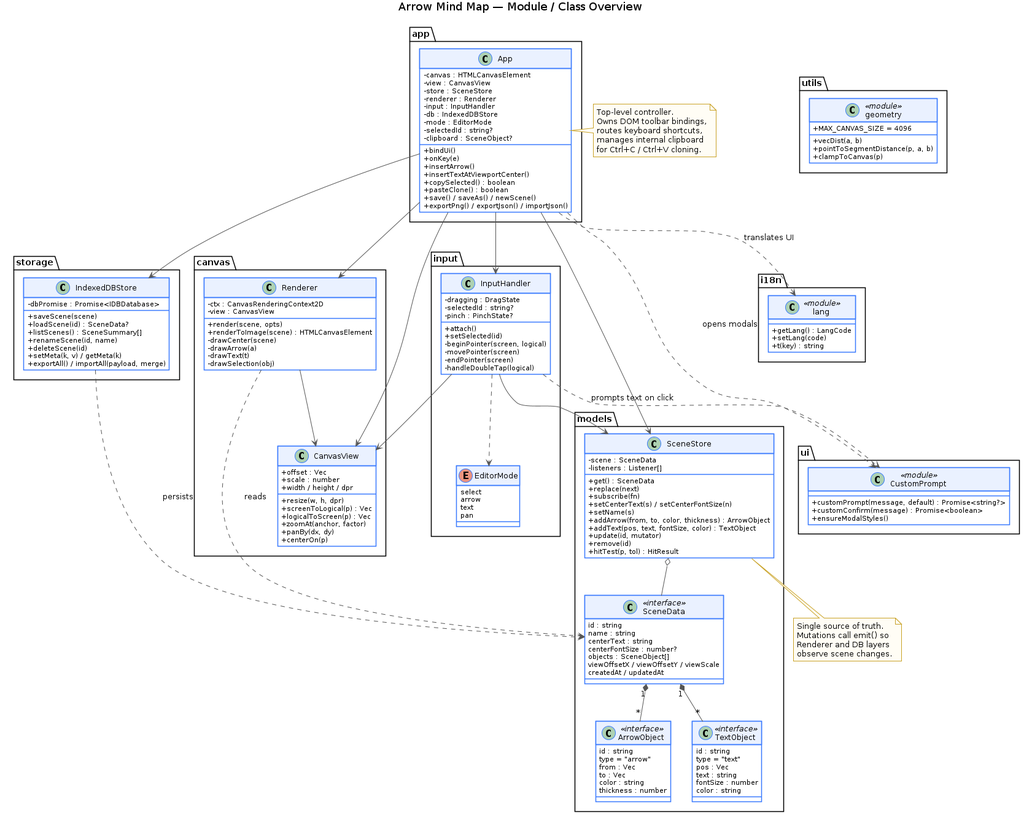
Earlier version of the PlantUML export docs/class-diagram.png (chobocho/arrow). Its source is kept beside it as docs/class-diagram.puml. Source of this version:
```plantuml
@startuml class-diagram
title Arrow Mind Map — Module / Class Overview

skinparam classAttributeIconSize 0
skinparam shadowing false
skinparam class {
  BackgroundColor #FFFFFF
  BorderColor #3A7AFE
  ArrowColor #555555
  HeaderBackgroundColor #EAF1FF
}
skinparam note {
  BackgroundColor #FFFDF5
  BorderColor #C9A227
}

package "app" {
  class App {
    - canvas : HTMLCanvasElement
    - view : CanvasView
    - store : SceneStore
    - renderer : Renderer
    - input : InputHandler
    - db : IndexedDBStore
    - mode : EditorMode
    - selectedId : string?
    - clipboard : SceneObject?
    + bindUi()
    + onKey(e)
    + insertArrow()
    + insertTextAtViewportCenter()
    + copySelected() : boolean
    + pasteClone() : boolean
    + save() / saveAs() / newScene()
    + exportPng() / exportJson() / importJson()
  }
}

package "canvas" {
  class CanvasView {
    + offset : Vec
    + scale : number
    + width / height / dpr
    + resize(w, h, dpr)
    + screenToLogical(p) : Vec
    + logicalToScreen(p) : Vec
    + zoomAt(anchor, factor)
    + panBy(dx, dy)
    + centerOn(p)
  }
  class Renderer {
    - ctx : CanvasRenderingContext2D
    - view : CanvasView
    + render(scene, opts)
    + renderToImage(scene) : HTMLCanvasElement
    - drawCenter(scene)
    - drawArrow(a)
    - drawText(t)
    - drawSelection(obj)
  }
}

package "models" {
  class SceneStore {
    - scene : SceneData
    - listeners : Listener[]
    + get() : SceneData
    + replace(next)
    + subscribe(fn)
    + setCenterText(s) / setCenterFontSize(n)
    + setName(s)
    + addArrow(from, to, color, thickness) : ArrowObject
    + addText(pos, text, fontSize, color) : TextObject
    + update(id, mutator)
    + remove(id)
    + hitTest(p, tol) : HitResult
  }
  class SceneData <<interface>> {
    id : string
    name : string
    centerText : string
    centerFontSize : number?
    objects : SceneObject[]
    viewOffsetX / viewOffsetY / viewScale
    createdAt / updatedAt
  }
  class ArrowObject <<interface>> {
    id : string
    type = "arrow"
    from : Vec
    to : Vec
    color : string
    thickness : number
  }
  class TextObject <<interface>> {
    id : string
    type = "text"
    pos : Vec
    text : string
    fontSize : number
    color : string
  }
  SceneData "1" *-- "*" ArrowObject
  SceneData "1" *-- "*" TextObject
}

package "input" {
  class InputHandler {
    - dragging : DragState
    - selectedId : string?
    - pinch : PinchState?
    + attach()
    + setSelected(id)
    - beginPointer(screen, logical)
    - movePointer(screen)
    - endPointer(screen)
    - handleDoubleTap(logical)
  }
  enum EditorMode {
    select
    arrow
    text
    pan
  }
}

package "storage" {
  class IndexedDBStore {
    - dbPromise : Promise<IDBDatabase>
    + saveScene(scene)
    + loadScene(id) : SceneData?
    + listScenes() : SceneSummary[]
    + renameScene(id, name)
    + deleteScene(id)
    + setMeta(k, v) / getMeta(k)
    + exportAll() / importAll(payload, merge)
  }
}

package "ui" {
  class CustomPrompt <<module>> {
    + customPrompt(message, default) : Promise<string?>
    + customConfirm(message) : Promise<boolean>
    + ensureModalStyles()
  }
}

package "i18n" {
  class lang <<module>> {
    + getLang() : LangCode
    + setLang(code)
    + t(key) : string
  }
}

package "utils" {
  class geometry <<module>> {
    + MAX_CANVAS_SIZE = 4096
    + vecDist(a, b)
    + pointToSegmentDistance(p, a, b)
    + clampToCanvas(p)
  }
}

App --> CanvasView
App --> Renderer
App --> SceneStore
App --> InputHandler
App --> IndexedDBStore
App ..> CustomPrompt : opens modals
App ..> lang : translates UI

Renderer --> CanvasView
Renderer ..> SceneData : reads

InputHandler --> CanvasView
InputHandler --> SceneStore
InputHandler ..> CustomPrompt : prompts text on click
InputHandler ..> EditorMode

SceneStore o-- SceneData
IndexedDBStore ..> SceneData : persists

note right of App
  Top-level controller.
  Owns DOM toolbar bindings,
  routes keyboard shortcuts,
  manages internal clipboard
  for Ctrl+C / Ctrl+V cloning.
end note

note bottom of SceneStore
  Single source of truth.
  Mutations call emit() so
  Renderer and DB layers
  observe scene changes.
end note

@enduml
```
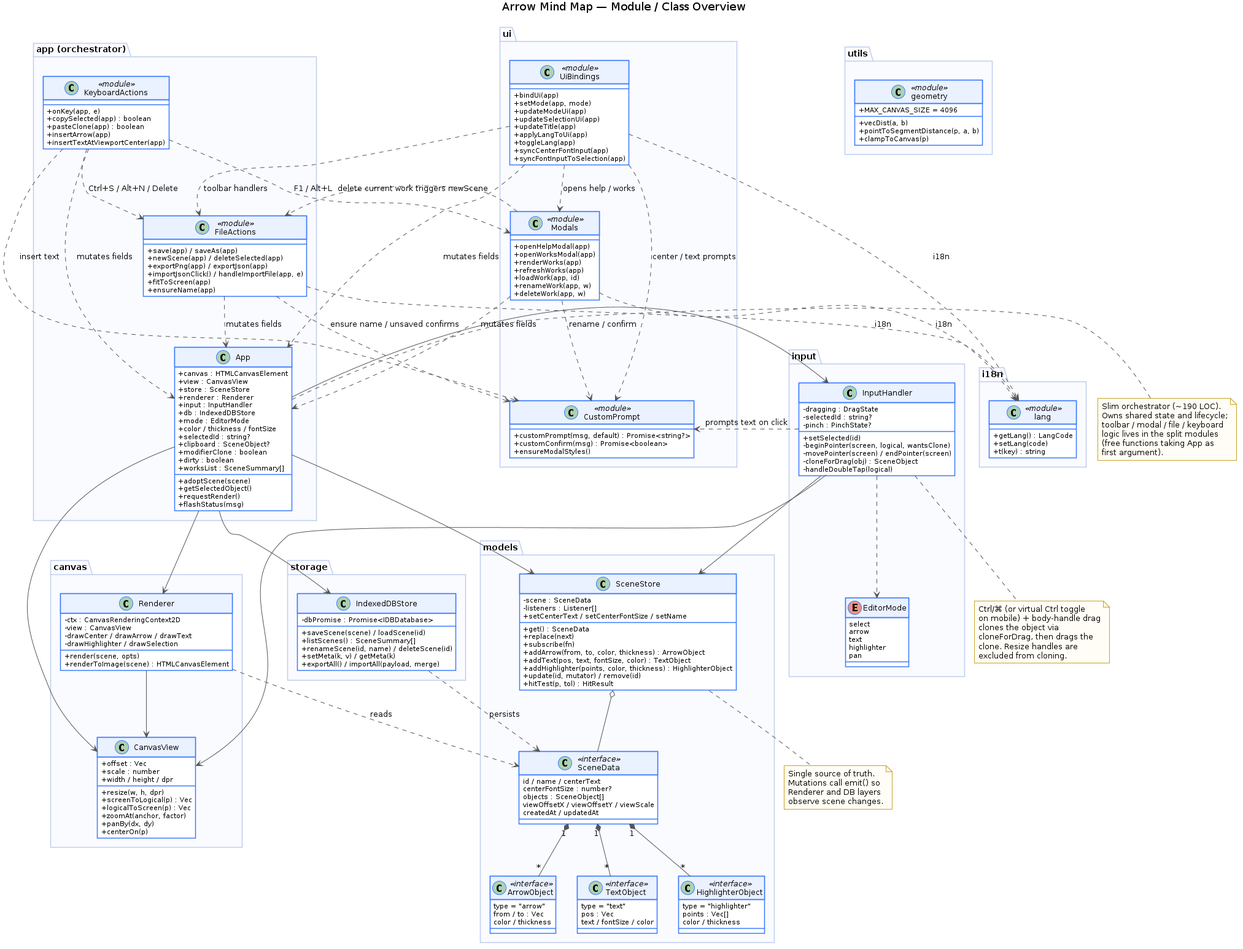
After the change.

Commit message:
docs: 다이어그램·README 최신화 (분리 모듈 + Highlighter + Ctrl+드래그)

The edit, as a diff of the source:
```diff
@@ -9,30 +9,77 @@
   ArrowColor #555555
   HeaderBackgroundColor #EAF1FF
 }
+skinparam package {
+  BackgroundColor #FAFBFF
+  BorderColor #BFCDEE
+}
 skinparam note {
   BackgroundColor #FFFDF5
   BorderColor #C9A227
 }
 
-package "app" {
+package "app (orchestrator)" {
   class App {
-    - canvas : HTMLCanvasElement
-    - view : CanvasView
-    - store : SceneStore
-    - renderer : Renderer
-    - input : InputHandler
-    - db : IndexedDBStore
-    - mode : EditorMode
-    - selectedId : string?
-    - clipboard : SceneObject?
-    + bindUi()
-    + onKey(e)
-    + insertArrow()
-    + insertTextAtViewportCenter()
-    + copySelected() : boolean
-    + pasteClone() : boolean
-    + save() / saveAs() / newScene()
-    + exportPng() / exportJson() / importJson()
+    + canvas : HTMLCanvasElement
+    + view : CanvasView
+    + store : SceneStore
+    + renderer : Renderer
+    + input : InputHandler
+    + db : IndexedDBStore
+    + mode : EditorMode
+    + color / thickness / fontSize
+    + selectedId : string?
+    + clipboard : SceneObject?
+    + modifierClone : boolean
+    + dirty : boolean
+    + worksList : SceneSummary[]
+    + adoptScene(scene)
+    + getSelectedObject()
+    + requestRender()
+    + flashStatus(msg)
+  }
+  class KeyboardActions <<module>> {
+    + onKey(app, e)
+    + copySelected(app) : boolean
+    + pasteClone(app) : boolean
+    + insertArrow(app)
+    + insertTextAtViewportCenter(app)
+  }
+  class FileActions <<module>> {
+    + save(app) / saveAs(app)
+    + newScene(app) / deleteSelected(app)
+    + exportPng(app) / exportJson(app)
+    + importJsonClick() / handleImportFile(app, e)
+    + fitToScreen(app)
+    + ensureName(app)
+  }
+}
+
+package "ui" {
+  class UiBindings <<module>> {
+    + bindUi(app)
+    + setMode(app, mode)
+    + updateModeUi(app)
+    + updateSelectionUi(app)
+    + updateTitle(app)
+    + applyLangToUi(app)
+    + toggleLang(app)
+    + syncCenterFontInput(app)
+    + syncFontInputToSelection(app)
+  }
+  class Modals <<module>> {
+    + openHelpModal(app)
+    + openWorksModal(app)
+    + renderWorks(app)
+    + refreshWorks(app)
+    + loadWork(app, id)
+    + renameWork(app, w)
+    + deleteWork(app, w)
+  }
+  class CustomPrompt <<module>> {
+    + customPrompt(msg, default) : Promise<string?>
+    + customConfirm(msg) : Promise<boolean>
+    + ensureModalStyles()
   }
 }
 
@@ -53,10 +100,8 @@
     - view : CanvasView
     + render(scene, opts)
     + renderToImage(scene) : HTMLCanvasElement
-    - drawCenter(scene)
-    - drawArrow(a)
-    - drawText(t)
-    - drawSelection(obj)
+    - drawCenter / drawArrow / drawText
+    - drawHighlighter / drawSelection
   }
 }
 
@@ -67,41 +112,38 @@
     + get() : SceneData
     + replace(next)
     + subscribe(fn)
-    + setCenterText(s) / setCenterFontSize(n)
-    + setName(s)
+    + setCenterText / setCenterFontSize / setName
     + addArrow(from, to, color, thickness) : ArrowObject
     + addText(pos, text, fontSize, color) : TextObject
-    + update(id, mutator)
-    + remove(id)
+    + addHighlighter(points, color, thickness) : HighlighterObject
+    + update(id, mutator) / remove(id)
     + hitTest(p, tol) : HitResult
   }
   class SceneData <<interface>> {
-    id : string
-    name : string
-    centerText : string
+    id / name / centerText
     centerFontSize : number?
     objects : SceneObject[]
     viewOffsetX / viewOffsetY / viewScale
     createdAt / updatedAt
   }
   class ArrowObject <<interface>> {
-    id : string
     type = "arrow"
-    from : Vec
-    to : Vec
-    color : string
-    thickness : number
+    from / to : Vec
+    color / thickness
   }
   class TextObject <<interface>> {
-    id : string
     type = "text"
     pos : Vec
-    text : string
-    fontSize : number
-    color : string
+    text / fontSize / color
+  }
+  class HighlighterObject <<interface>> {
+    type = "highlighter"
+    points : Vec[]
+    color / thickness
   }
   SceneData "1" *-- "*" ArrowObject
   SceneData "1" *-- "*" TextObject
+  SceneData "1" *-- "*" HighlighterObject
 }
 
 package "input" {
@@ -109,17 +151,17 @@
     - dragging : DragState
     - selectedId : string?
     - pinch : PinchState?
-    + attach()
     + setSelected(id)
-    - beginPointer(screen, logical)
-    - movePointer(screen)
-    - endPointer(screen)
+    - beginPointer(screen, logical, wantsClone)
+    - movePointer(screen) / endPointer(screen)
+    - cloneForDrag(obj) : SceneObject
     - handleDoubleTap(logical)
   }
   enum EditorMode {
     select
     arrow
     text
+    highlighter
     pan
   }
 }
@@ -127,21 +169,11 @@
 package "storage" {
   class IndexedDBStore {
     - dbPromise : Promise<IDBDatabase>
-    + saveScene(scene)
-    + loadScene(id) : SceneData?
+    + saveScene(scene) / loadScene(id)
     + listScenes() : SceneSummary[]
-    + renameScene(id, name)
-    + deleteScene(id)
+    + renameScene(id, name) / deleteScene(id)
     + setMeta(k, v) / getMeta(k)
     + exportAll() / importAll(payload, merge)
-  }
-}
-
-package "ui" {
-  class CustomPrompt <<module>> {
-    + customPrompt(message, default) : Promise<string?>
-    + customConfirm(message) : Promise<boolean>
-    + ensureModalStyles()
   }
 }
 
@@ -167,26 +199,54 @@
 App --> SceneStore
 App --> InputHandler
 App --> IndexedDBStore
-App ..> CustomPrompt : opens modals
-App ..> lang : translates UI
+
+UiBindings ..> App : mutates fields
+Modals ..> App : mutates fields
+FileActions ..> App : mutates fields
+KeyboardActions ..> App : mutates fields
+
+UiBindings ..> Modals : opens help / works
+UiBindings ..> FileActions : toolbar handlers
+KeyboardActions ..> FileActions : Ctrl+S / Alt+N / Delete
+KeyboardActions ..> Modals : F1 / Alt+L
+Modals ..> FileActions : delete current work triggers newScene
+
+UiBindings ..> CustomPrompt : center / text prompts
+Modals ..> CustomPrompt : rename / confirm
+FileActions ..> CustomPrompt : ensure name / unsaved confirms
+KeyboardActions ..> CustomPrompt : insert text
+
+UiBindings ..> lang : i18n
+Modals ..> lang : i18n
+FileActions ..> lang : i18n
 
 Renderer --> CanvasView
 Renderer ..> SceneData : reads
 
 InputHandler --> CanvasView
 InputHandler --> SceneStore
+InputHandler ..> EditorMode
 InputHandler ..> CustomPrompt : prompts text on click
-InputHandler ..> EditorMode
 
 SceneStore o-- SceneData
 IndexedDBStore ..> SceneData : persists
 
 note right of App
-  Top-level controller.
-  Owns DOM toolbar bindings,
-  routes keyboard shortcuts,
-  manages internal clipboard
-  for Ctrl+C / Ctrl+V cloning.
+  Slim orchestrator (~190 LOC).
+  Owns shared state and lifecycle;
+  toolbar / modal / file / keyboard
+  logic lives in the split modules
+  (free functions taking App as
+  first argument).
+end note
+
+note bottom of InputHandler
+  Ctrl/⌘ (or virtual Ctrl toggle
+  on mobile) + body-handle drag
+  clones the object via
+  cloneForDrag, then drags the
+  clone. Resize handles are
+  excluded from cloning.
 end note
 
 note bottom of SceneStore
```
